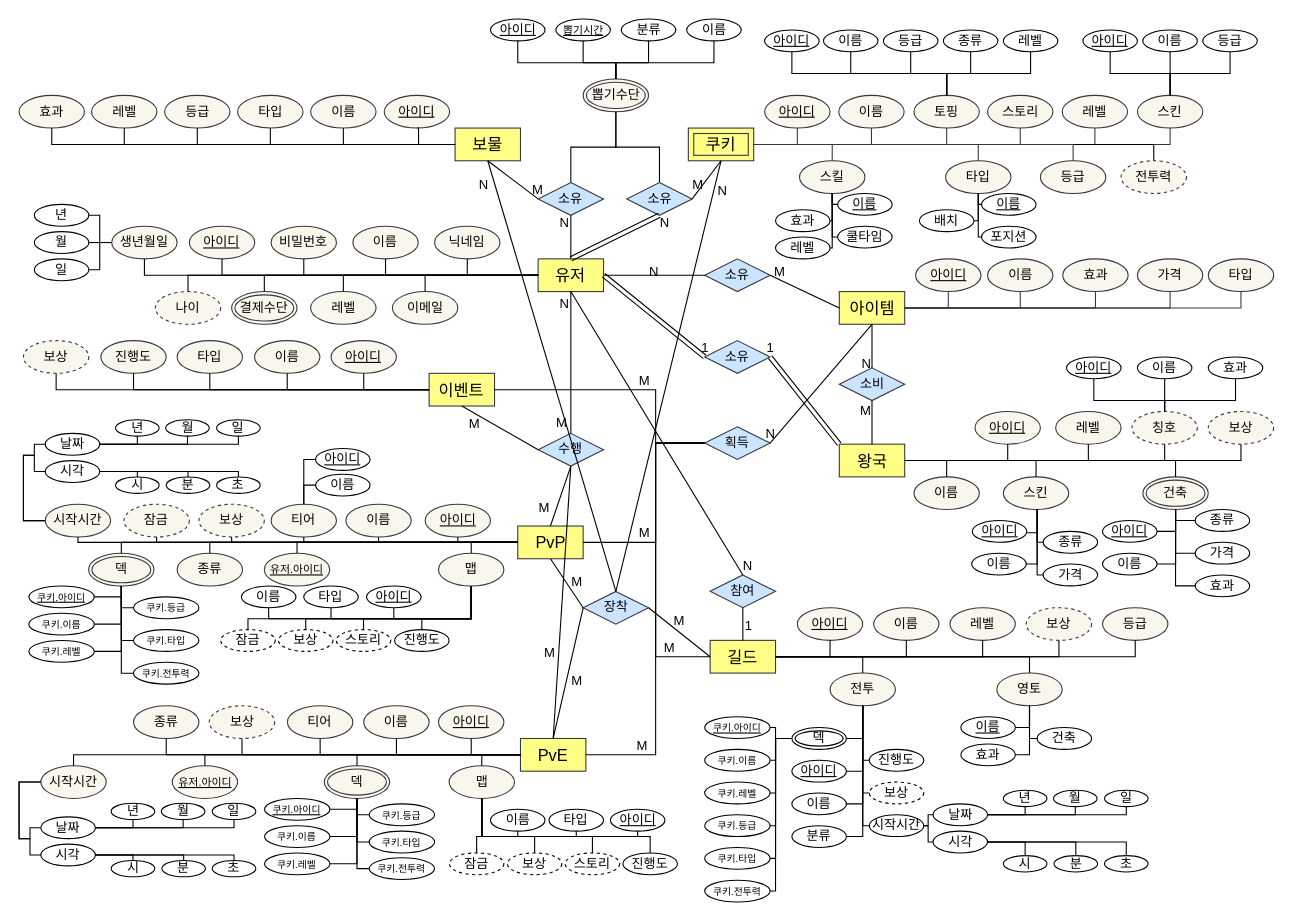
The draw.io diagram page "페이지-2" (2 of 3) of 제목 없는 다이어그램.drawio in breeze234/web1, before the edit. Source tidied: cells renumbered, new cells numbered last; positions are measured from the earlier drawing's top-left corner, leaving out a move shared by most shapes. Both pictures are drawn from the tidied source at 109%, with x=0, y=0 at pixel (19, 19).
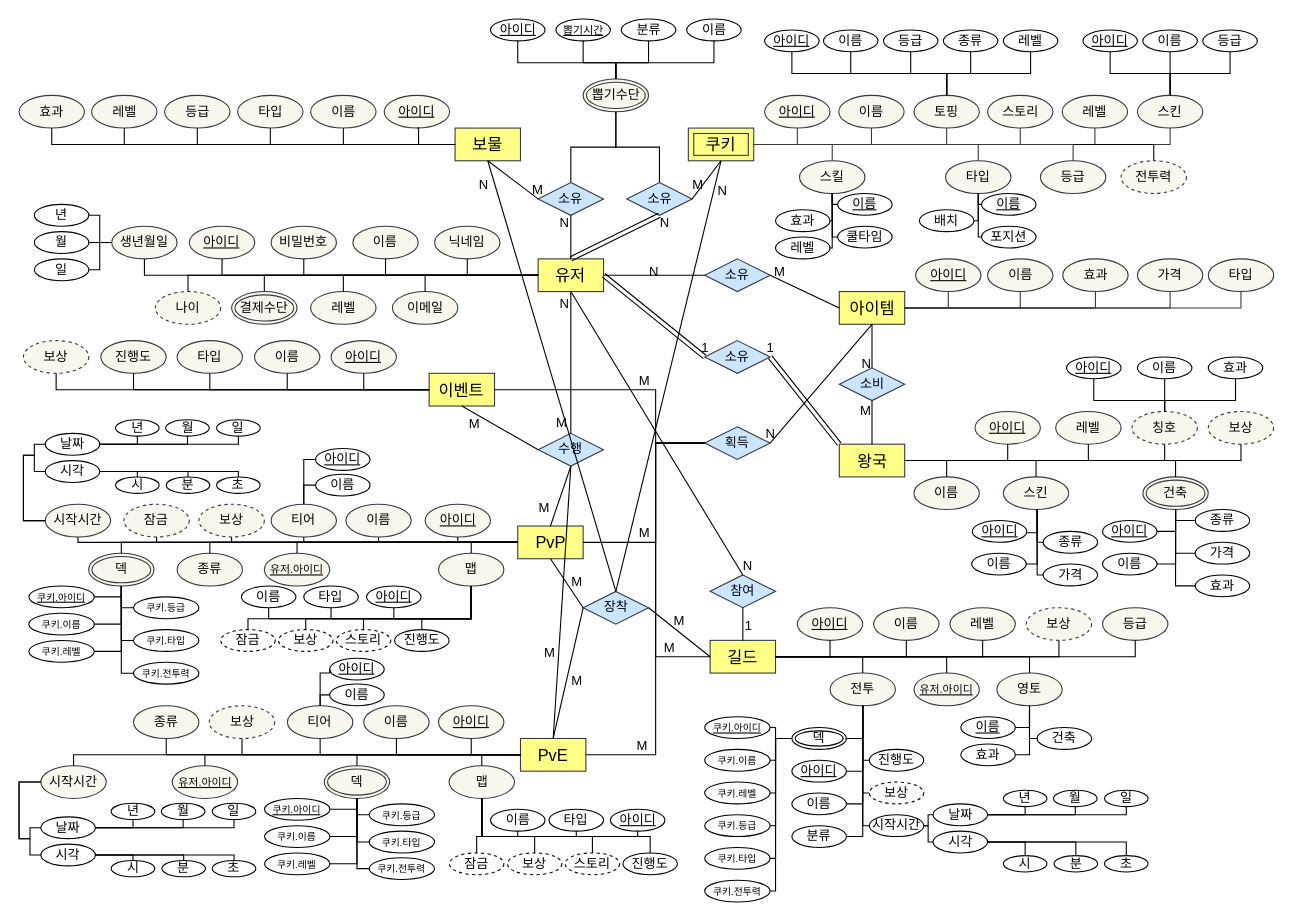
After the change.

Commit message:
제목 없는 다이어그램.drawio 업데이트

Unchanged cells that the change refers to:
```xml
<mxCell id="77" value="&lt;font style=&quot;font-size: 15px;&quot;&gt;길드&lt;/font&gt;" style="whiteSpace=wrap;html=1;align=center;fillColor=#ffff88;strokeColor=#36393d;" parent="1" vertex="1">
  <mxGeometry x="634" y="570" width="60" height="30" as="geometry" />
</mxCell>
<mxCell id="347" value="티어" style="ellipse;whiteSpace=wrap;html=1;fillColor=#f9f7ed;strokeColor=#36393d;" parent="1" vertex="1">
  <mxGeometry x="246.2" y="630" width="60" height="30" as="geometry" />
</mxCell>
```

Diff of the diagram source:
```diff
@@
+    <mxCell id="416" value="&lt;u&gt;아이디&lt;/u&gt;" style="ellipse;whiteSpace=wrap;html=1;" parent="1" vertex="1">
+      <mxGeometry x="285" y="586.4" width="50" height="20" as="geometry" />
+    </mxCell>
+    <mxCell id="417" value="이름" style="ellipse;whiteSpace=wrap;html=1;" parent="1" vertex="1">
+      <mxGeometry x="285" y="610" width="50" height="20" as="geometry" />
+    </mxCell>
+    <mxCell id="418" style="endArrow=none;html=1;rounded=0;exitX=0.5;exitY=0;exitDx=0;exitDy=0;edgeStyle=orthogonalEdgeStyle;entryX=0;entryY=0.5;entryDx=0;entryDy=0;" parent="1" edge="1" source="347" target="416">
+      <mxGeometry relative="1" as="geometry">
+        <Array as="points">
+          <mxPoint x="276" y="600" />
+          <mxPoint x="285" y="600" />
+        </Array>
+      </mxGeometry>
+    </mxCell>
+    <mxCell id="419" style="endArrow=none;html=1;rounded=0;exitX=0.5;exitY=0;exitDx=0;exitDy=0;entryX=0;entryY=0.5;entryDx=0;entryDy=0;edgeStyle=orthogonalEdgeStyle;" parent="1" edge="1" source="347" target="417">
+      <mxGeometry relative="1" as="geometry">
+        <Array as="points">
+          <mxPoint x="276" y="620" />
+        </Array>
+      </mxGeometry>
+    </mxCell>
+    <mxCell id="420" value="&lt;u&gt;&lt;font style=&quot;font-size: 10px;&quot;&gt;유저.아이디&lt;/font&gt;&lt;/u&gt;" style="ellipse;whiteSpace=wrap;html=1;fillColor=#f9f7ed;strokeColor=#36393d;" parent="1" vertex="1">
+      <mxGeometry x="821" y="600" width="60" height="30" as="geometry" />
+    </mxCell>
+    <mxCell id="421" style="endArrow=none;html=1;rounded=0;exitX=0.5;exitY=0;exitDx=0;exitDy=0;entryX=1;entryY=0.5;entryDx=0;entryDy=0;edgeStyle=orthogonalEdgeStyle;" parent="1" edge="1" source="420" target="77">
+      <mxGeometry relative="1" as="geometry" />
+    </mxCell>
```
